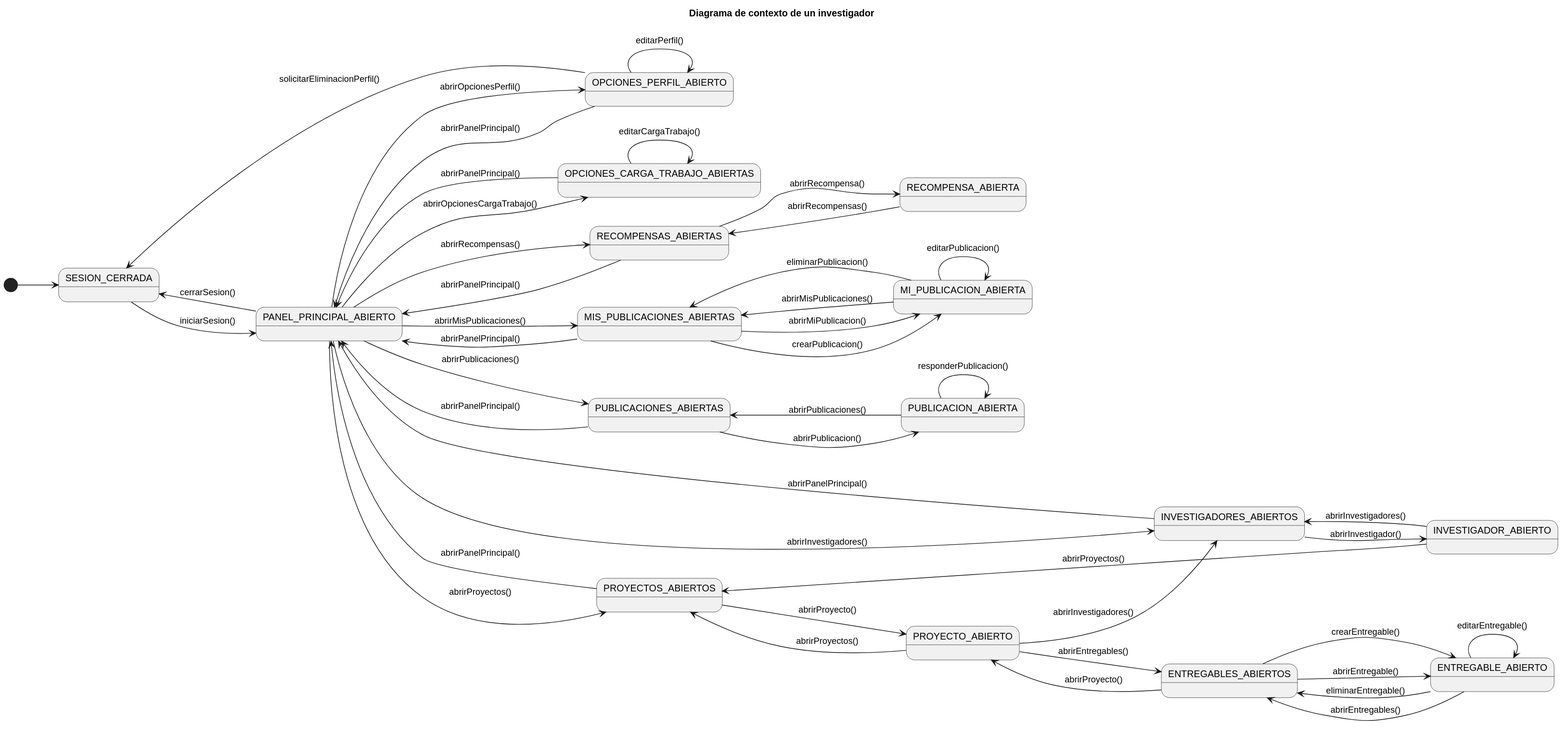
The PlantUML diagram images/RUP/00-casos-uso/01-actores-casos-uso/diagrama-contexto-investigador.svg in beatriizorozco/25-26-idsw2-sdVC, before a commit. Its diagram source:
```plantuml
@startuml
title Diagrama de contexto de un investigador

left to right direction

[*] --> SESION_CERRADA
SESION_CERRADA --> PANEL_PRINCIPAL_ABIERTO: iniciarSesion()
PANEL_PRINCIPAL_ABIERTO --> SESION_CERRADA: cerrarSesion()

PANEL_PRINCIPAL_ABIERTO --> OPCIONES_PERFIL_ABIERTO: abrirOpcionesPerfil()
PANEL_PRINCIPAL_ABIERTO --> OPCIONES_CARGA_TRABAJO_ABIERTAS: abrirOpcionesCargaTrabajo()
PANEL_PRINCIPAL_ABIERTO --> PROYECTOS_ABIERTOS: abrirProyectos()
PANEL_PRINCIPAL_ABIERTO --> INVESTIGADORES_ABIERTOS: abrirInvestigadores()
PANEL_PRINCIPAL_ABIERTO --> MIS_PUBLICACIONES_ABIERTAS: abrirMisPublicaciones()
PANEL_PRINCIPAL_ABIERTO --> PUBLICACIONES_ABIERTAS: abrirPublicaciones()
PANEL_PRINCIPAL_ABIERTO --> RECOMPENSAS_ABIERTAS: abrirRecompensas()



OPCIONES_PERFIL_ABIERTO --> OPCIONES_PERFIL_ABIERTO: editarPerfil()
OPCIONES_PERFIL_ABIERTO --> SESION_CERRADA: solicitarEliminacionPerfil()
OPCIONES_PERFIL_ABIERTO --> PANEL_PRINCIPAL_ABIERTO: abrirPanelPrincipal()

OPCIONES_CARGA_TRABAJO_ABIERTAS --> OPCIONES_CARGA_TRABAJO_ABIERTAS: editarCargaTrabajo()
OPCIONES_CARGA_TRABAJO_ABIERTAS --> PANEL_PRINCIPAL_ABIERTO: abrirPanelPrincipal()

PUBLICACIONES_ABIERTAS --> PUBLICACION_ABIERTA: abrirPublicacion()
PUBLICACION_ABIERTA --> PUBLICACION_ABIERTA: responderPublicacion()
PUBLICACION_ABIERTA --> PUBLICACIONES_ABIERTAS: abrirPublicaciones()
PUBLICACIONES_ABIERTAS --> PANEL_PRINCIPAL_ABIERTO: abrirPanelPrincipal()

MIS_PUBLICACIONES_ABIERTAS --> MI_PUBLICACION_ABIERTA: abrirMiPublicacion()
MIS_PUBLICACIONES_ABIERTAS --> MI_PUBLICACION_ABIERTA: crearPublicacion()
MI_PUBLICACION_ABIERTA --> MI_PUBLICACION_ABIERTA: editarPublicacion()
MI_PUBLICACION_ABIERTA --> MIS_PUBLICACIONES_ABIERTAS: eliminarPublicacion()
MIS_PUBLICACIONES_ABIERTAS --> PANEL_PRINCIPAL_ABIERTO: abrirPanelPrincipal()
MI_PUBLICACION_ABIERTA --> MIS_PUBLICACIONES_ABIERTAS: abrirMisPublicaciones()

PROYECTOS_ABIERTOS --> PROYECTO_ABIERTO: abrirProyecto()
PROYECTOS_ABIERTOS --> PANEL_PRINCIPAL_ABIERTO: abrirPanelPrincipal()

RECOMPENSAS_ABIERTAS --> RECOMPENSA_ABIERTA: abrirRecompensa()
RECOMPENSA_ABIERTA --> RECOMPENSAS_ABIERTAS: abrirRecompensas()
RECOMPENSAS_ABIERTAS --> PANEL_PRINCIPAL_ABIERTO: abrirPanelPrincipal()


PROYECTO_ABIERTO --> ENTREGABLES_ABIERTOS: abrirEntregables()
ENTREGABLES_ABIERTOS --> ENTREGABLE_ABIERTO: crearEntregable()
PROYECTO_ABIERTO --> INVESTIGADORES_ABIERTOS: abrirInvestigadores()
PROYECTO_ABIERTO --> PROYECTOS_ABIERTOS: abrirProyectos()

ENTREGABLE_ABIERTO --> ENTREGABLE_ABIERTO: editarEntregable()
ENTREGABLES_ABIERTOS--> ENTREGABLE_ABIERTO: abrirEntregable()
ENTREGABLE_ABIERTO --> ENTREGABLES_ABIERTOS: eliminarEntregable()
ENTREGABLES_ABIERTOS --> PROYECTO_ABIERTO: abrirProyecto()
ENTREGABLE_ABIERTO --> ENTREGABLES_ABIERTOS: abrirEntregables()

INVESTIGADORES_ABIERTOS --> INVESTIGADOR_ABIERTO: abrirInvestigador()
INVESTIGADORES_ABIERTOS --> PANEL_PRINCIPAL_ABIERTO: abrirPanelPrincipal()
INVESTIGADOR_ABIERTO --> INVESTIGADORES_ABIERTOS: abrirInvestigadores()
INVESTIGADOR_ABIERTO --> PROYECTOS_ABIERTOS: abrirProyectos()
@enduml
```
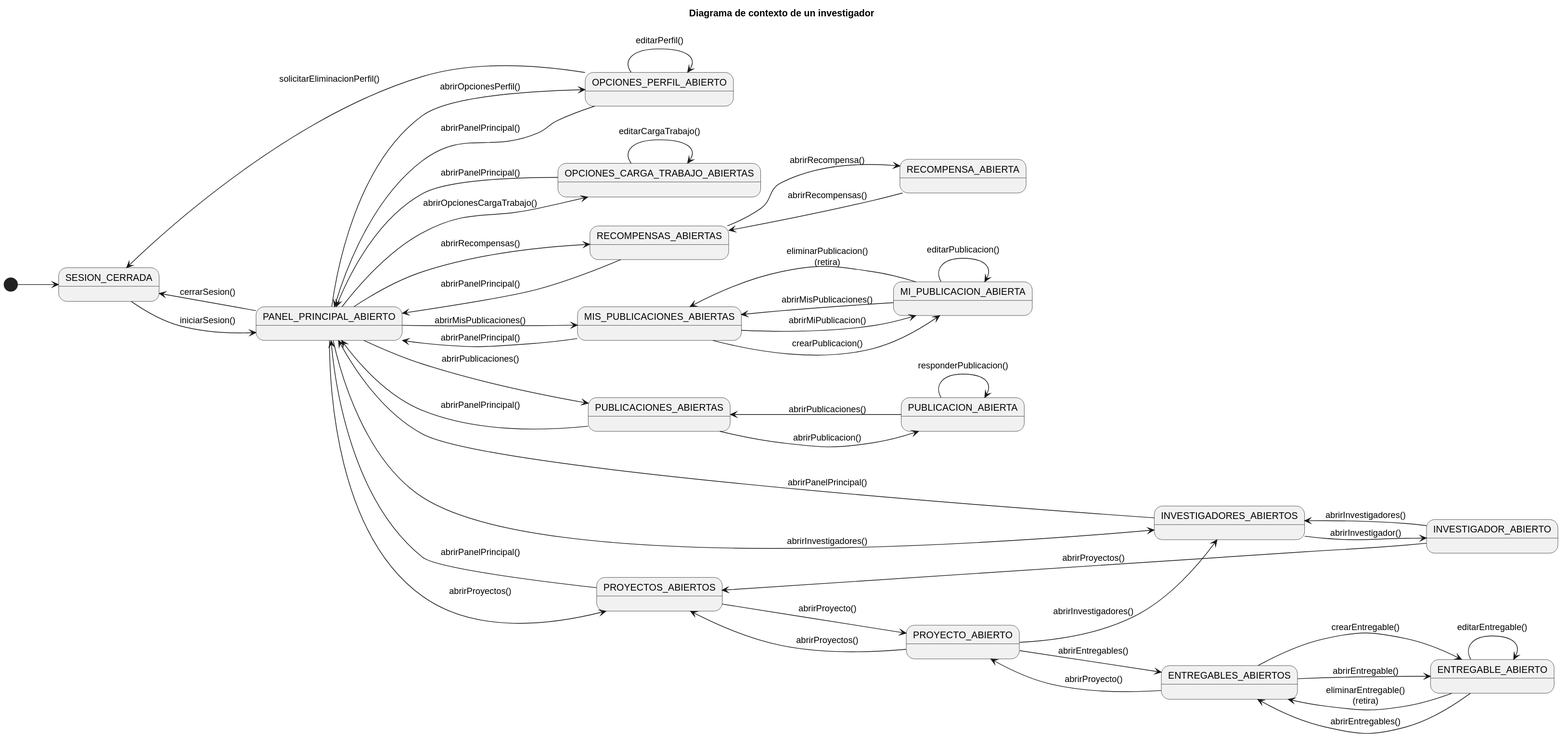
The same diagram one commit later.

What changed in the source:
```diff
@@ -32,7 +32,7 @@
 MIS_PUBLICACIONES_ABIERTAS --> MI_PUBLICACION_ABIERTA: abrirMiPublicacion()
 MIS_PUBLICACIONES_ABIERTAS --> MI_PUBLICACION_ABIERTA: crearPublicacion()
 MI_PUBLICACION_ABIERTA --> MI_PUBLICACION_ABIERTA: editarPublicacion()
-MI_PUBLICACION_ABIERTA --> MIS_PUBLICACIONES_ABIERTAS: eliminarPublicacion()
+MI_PUBLICACION_ABIERTA --> MIS_PUBLICACIONES_ABIERTAS: eliminarPublicacion()\n(retira)
 MIS_PUBLICACIONES_ABIERTAS --> PANEL_PRINCIPAL_ABIERTO: abrirPanelPrincipal()
 MI_PUBLICACION_ABIERTA --> MIS_PUBLICACIONES_ABIERTAS: abrirMisPublicaciones()
 
@@ -51,7 +51,7 @@
 
 ENTREGABLE_ABIERTO --> ENTREGABLE_ABIERTO: editarEntregable()
 ENTREGABLES_ABIERTOS--> ENTREGABLE_ABIERTO: abrirEntregable()
-ENTREGABLE_ABIERTO --> ENTREGABLES_ABIERTOS: eliminarEntregable()
+ENTREGABLE_ABIERTO --> ENTREGABLES_ABIERTOS: eliminarEntregable()\n(retira)
 ENTREGABLES_ABIERTOS --> PROYECTO_ABIERTO: abrirProyecto()
 ENTREGABLE_ABIERTO --> ENTREGABLES_ABIERTOS: abrirEntregables()
 
```
